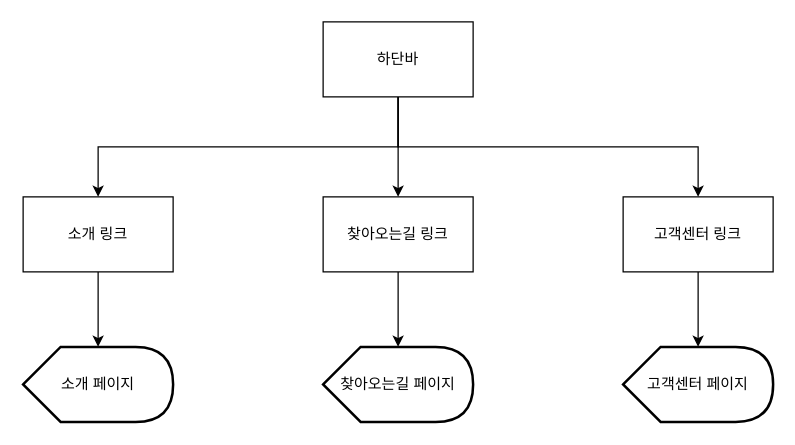
Before: page "하단바" (2 of 5) of 플로우차트/flowchart.drawio in stoveon/TEAM_PROJECT, a draw.io diagram. Source tidied: cells renumbered, new cells numbered last; positions are measured from the earlier drawing's top-left corner, leaving out a move shared by most shapes. Both pictures are drawn from the tidied source at 125%, with x=0, y=0 at pixel (22, 21).
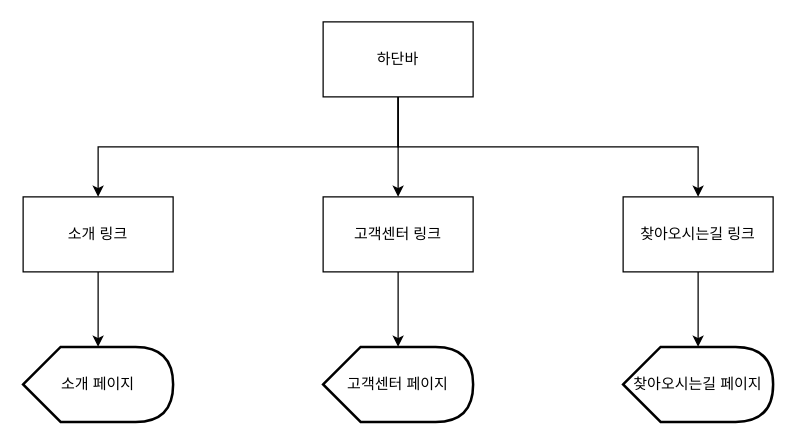
Above is the later version.

The edit, as a diff of the source:
```diff
@@
 <mxGraphModel>
   <root>
     <mxCell id="0" />
     <mxCell id="1" parent="0" />
     <mxCell id="2" style="edgeStyle=orthogonalEdgeStyle;rounded=0;jettySize=auto;html=1;exitX=0.5;exitY=1;exitDx=0;exitDy=0;entryX=0;entryY=0;entryDx=60;entryDy=0;entryPerimeter=0;shadow=0;" parent="1" edge="1" source="3" target="8">
       <mxGeometry relative="1" as="geometry" />
     </mxCell>
     <mxCell id="3" value="소개 링크" style="rounded=0;whiteSpace=wrap;html=1;" parent="1" vertex="1">
       <mxGeometry y="140" width="120" height="60" as="geometry" />
     </mxCell>
     <mxCell id="4" style="edgeStyle=orthogonalEdgeStyle;rounded=0;jettySize=auto;html=1;exitX=0.5;exitY=1;exitDx=0;exitDy=0;entryX=0;entryY=0;entryDx=60;entryDy=0;entryPerimeter=0;shadow=0;" parent="1" edge="1" source="5" target="9">
       <mxGeometry relative="1" as="geometry" />
     </mxCell>
-    <mxCell id="5" value="찾아오는길 링크" style="rounded=0;whiteSpace=wrap;html=1;" parent="1" vertex="1">
+    <mxCell id="5" value="고객센터 링크" style="rounded=0;whiteSpace=wrap;html=1;" parent="1" vertex="1">
       <mxGeometry x="240" y="140" width="120" height="60" as="geometry" />
     </mxCell>
     <mxCell id="6" style="edgeStyle=orthogonalEdgeStyle;rounded=0;jettySize=auto;html=1;exitX=0.5;exitY=1;exitDx=0;exitDy=0;entryX=0;entryY=0;entryDx=60;entryDy=0;entryPerimeter=0;shadow=0;" parent="1" edge="1" source="7" target="10">
       <mxGeometry relative="1" as="geometry" />
     </mxCell>
-    <mxCell id="7" value="고객센터 링크" style="rounded=0;whiteSpace=wrap;html=1;" parent="1" vertex="1">
+    <mxCell id="7" value="찾아오시는길 링크" style="rounded=0;whiteSpace=wrap;html=1;" parent="1" vertex="1">
       <mxGeometry x="480" y="140" width="120" height="60" as="geometry" />
     </mxCell>
     <mxCell id="8" value="소개 페이지" style="shape=display;whiteSpace=wrap;html=1;rounded=0;strokeWidth=2;" parent="1" vertex="1">
       <mxGeometry y="260" width="120" height="60" as="geometry" />
     </mxCell>
-    <mxCell id="9" value="찾아오는길 페이지" style="shape=display;whiteSpace=wrap;html=1;rounded=0;strokeWidth=2;" parent="1" vertex="1">
+    <mxCell id="9" value="고객센터 페이지" style="shape=display;whiteSpace=wrap;html=1;rounded=0;strokeWidth=2;" parent="1" vertex="1">
       <mxGeometry x="240" y="260" width="120" height="60" as="geometry" />
     </mxCell>
-    <mxCell id="10" value="고객센터 페이지" style="shape=display;whiteSpace=wrap;html=1;rounded=0;strokeWidth=2;" parent="1" vertex="1">
+    <mxCell id="10" value="찾아오시는길 페이지" style="shape=display;whiteSpace=wrap;html=1;rounded=0;strokeWidth=2;" parent="1" vertex="1">
       <mxGeometry x="480" y="260" width="120" height="60" as="geometry" />
     </mxCell>
     <mxCell id="11" style="edgeStyle=orthogonalEdgeStyle;rounded=0;jettySize=auto;html=1;exitX=0.5;exitY=1;exitDx=0;exitDy=0;entryX=0.5;entryY=0;entryDx=0;entryDy=0;shadow=0;" parent="1" edge="1" source="14" target="3">
       <mxGeometry relative="1" as="geometry" />
     </mxCell>
     <mxCell id="12" style="edgeStyle=orthogonalEdgeStyle;rounded=0;jettySize=auto;html=1;exitX=0.5;exitY=1;exitDx=0;exitDy=0;entryX=0.5;entryY=0;entryDx=0;entryDy=0;shadow=0;" parent="1" edge="1" source="14" target="5">
       <mxGeometry relative="1" as="geometry" />
     </mxCell>
     <mxCell id="13" style="edgeStyle=orthogonalEdgeStyle;rounded=0;jettySize=auto;html=1;exitX=0.5;exitY=1;exitDx=0;exitDy=0;entryX=0.5;entryY=0;entryDx=0;entryDy=0;shadow=0;" parent="1" edge="1" source="14" target="7">
       <mxGeometry relative="1" as="geometry" />
     </mxCell>
     <mxCell id="14" value="하단바" style="rounded=0;whiteSpace=wrap;html=1;" parent="1" vertex="1">
       <mxGeometry x="240" width="120" height="60" as="geometry" />
     </mxCell>
   </root>
 </mxGraphModel>
```
